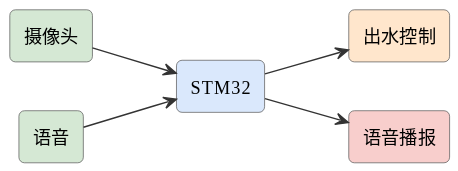
mingyi0818/IntelligentMcuCourse keeps this PlantUML diagram as assets/diagrams/ideas-fig85.svg. Above is the earlier version.
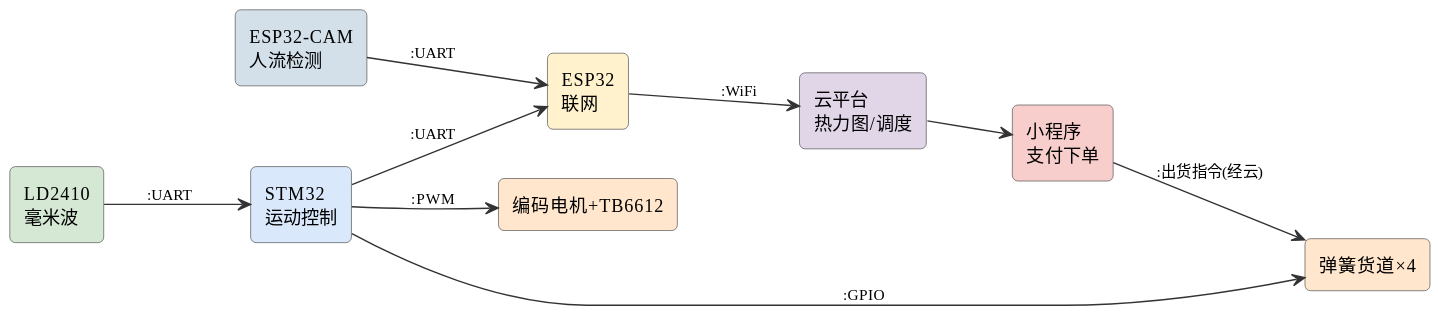
After the change.

The edit, as a diff of the source:
```diff
@@ -6,13 +6,20 @@
 skinparam arrowFontSize 11
 skinparam arrowColor #333
 left to right direction
-rectangle "摄像头" as cam #d5e8d4
-rectangle "语音" as mic #d5e8d4
-rectangle "STM32" as stm #dae8fc
-rectangle "出水控制" as valve #ffe6cc
-rectangle "语音播报" as spk #f8cecc
-cam --> stm
-mic --> stm
-stm --> valve
-stm --> spk
+rectangle "ESP32-CAM\n人流检测" as cam #d3e0ea
+rectangle "LD2410\n毫米波" as radar #d5e8d4
+rectangle "STM32\n运动控制" as stm #dae8fc
+rectangle "编码电机+TB6612" as mot #ffe6cc
+rectangle "弹簧货道×4" as slot #ffe6cc
+rectangle "ESP32\n联网" as esp #fff2cc
+rectangle "云平台\n热力图/调度" as cloud #e1d5e8
+rectangle "小程序\n支付下单" as app #f8cecc
+cam --> esp : :UART
+radar --> stm : :UART
+stm --> mot : :PWM
+stm --> slot : :GPIO
+esp --> cloud : :WiFi
+stm --> esp : :UART
+cloud --> app
+app --> slot : :出货指令(经云)
 @enduml
```
